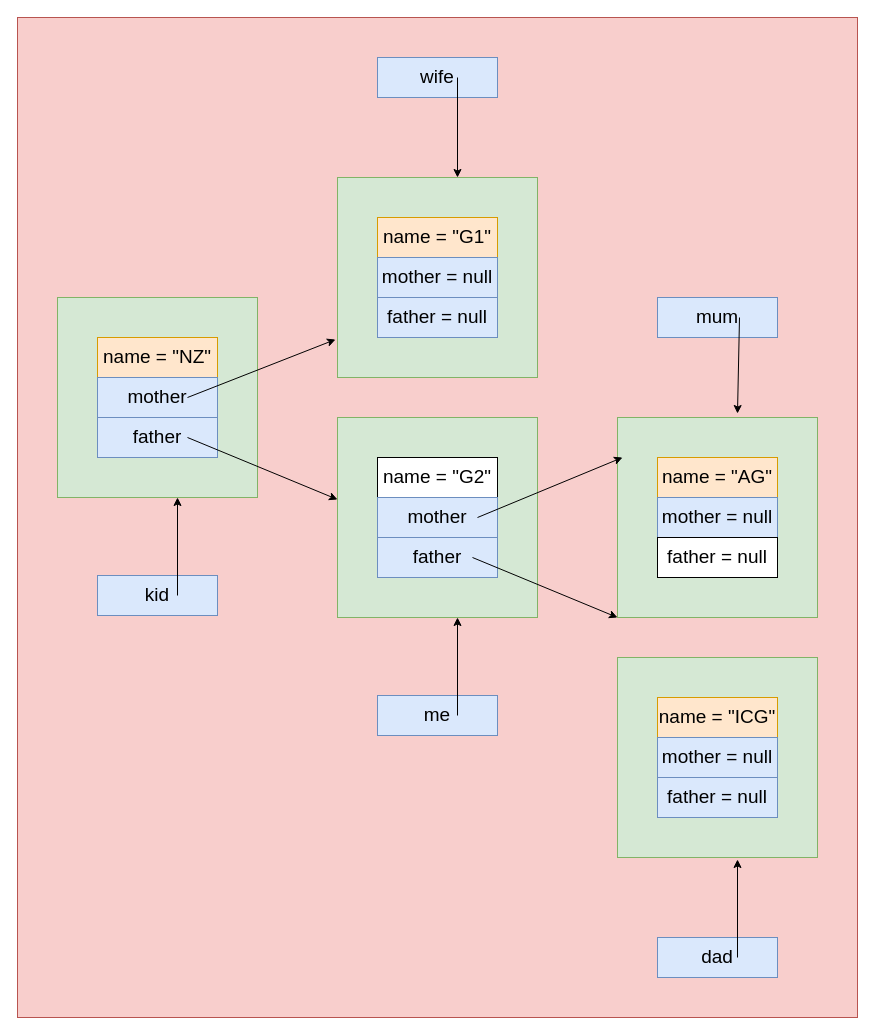
Above: familyTreeRDS.drawio in gaurav1780/drawdotio (draw.io), before the change. Source tidied: cells renumbered, new cells numbered last; positions are measured from the earlier drawing's top-left corner, leaving out a move shared by most shapes. Both pictures are drawn from the tidied source at 100%, with x=0, y=0 at pixel (17, 17).
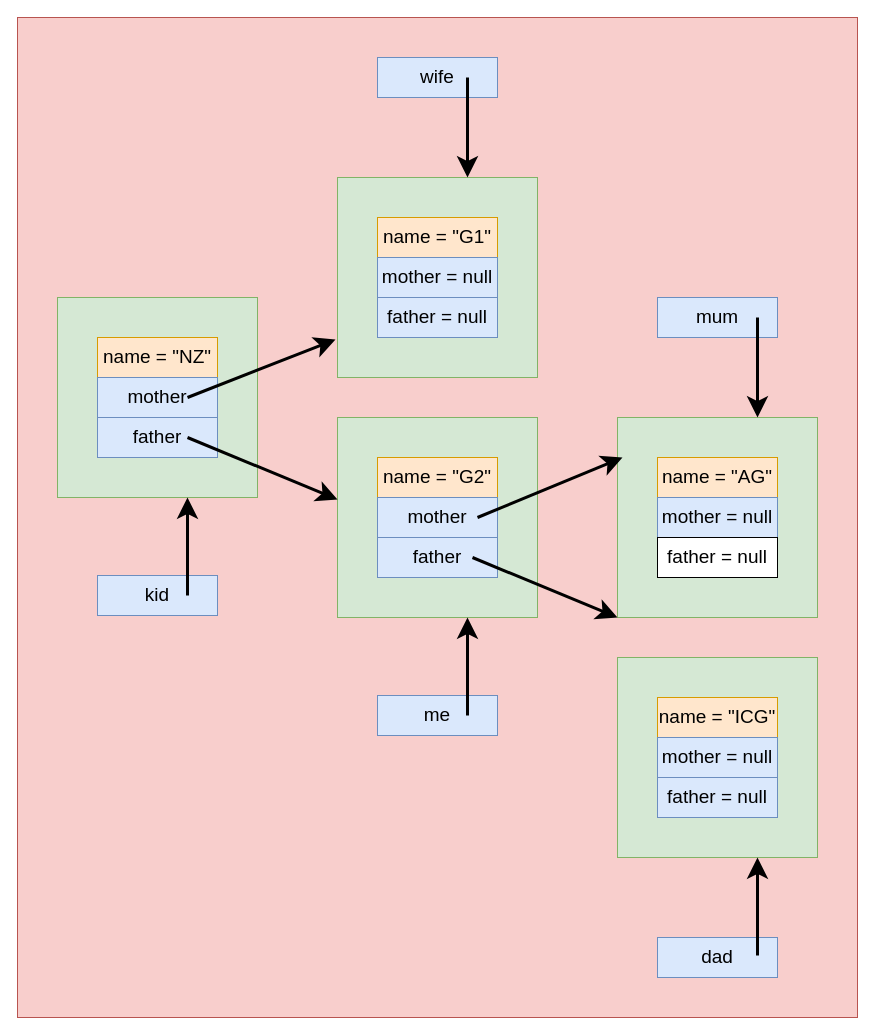
The same page after the edit.

Unchanged cells that the change refers to:
```xml
<mxCell id="7" style="rounded=0;whiteSpace=wrap;html=1;fontSize=19;fillColor=#d5e8d4;strokeColor=#82b366;fontStyle=0;" parent="1" vertex="1">
  <mxGeometry x="600" y="640" width="200" height="200" as="geometry" />
</mxCell>
<mxCell id="15" style="rounded=0;whiteSpace=wrap;html=1;fontSize=19;fillColor=#d5e8d4;strokeColor=#82b366;fontStyle=0;" parent="1" vertex="1">
  <mxGeometry x="320" y="400" width="200" height="200" as="geometry" />
</mxCell>
<mxCell id="19" style="rounded=0;whiteSpace=wrap;html=1;fontSize=19;fillColor=#d5e8d4;strokeColor=#82b366;fontStyle=0;" parent="1" vertex="1">
  <mxGeometry x="320" y="160" width="200" height="200" as="geometry" />
</mxCell>
```

The edit, as a diff of the source:
```diff
@@
-    <mxCell id="16" value="name = &quot;G2&quot;" style="rounded=0;whiteSpace=wrap;html=1;fontSize=19;fontStyle=0;" parent="1" vertex="1">
+    <mxCell id="16" value="name = &quot;G2&quot;" style="rounded=0;whiteSpace=wrap;html=1;fontSize=19;fontStyle=0;fillColor=#ffe6cc;strokeColor=#d79b00;" parent="1" vertex="1">
       <mxGeometry x="360" y="440" width="120" height="40" as="geometry" />
     </mxCell>
@@
-    <mxCell id="24" style="endArrow=classic;html=1;rounded=0;fontSize=19;fontStyle=0;" parent="1" edge="1">
+    <mxCell id="24" style="endArrow=classic;html=1;rounded=0;fontSize=19;fontStyle=0;endSize=12;strokeWidth=3;" parent="1" edge="1">
       <mxGeometry relative="1" as="geometry">
-        <mxPoint x="440" y="60" as="sourcePoint" />
-        <mxPoint x="440" y="160" as="targetPoint" />
+        <mxPoint x="450" y="60" as="sourcePoint" />
+        <mxPoint x="450" y="160" as="targetPoint" />
       </mxGeometry>
     </mxCell>
@@
-    <mxCell id="26" style="endArrow=classic;html=1;rounded=0;entryX=0.59;entryY=-0.02;entryDx=0;entryDy=0;entryPerimeter=0;fontSize=19;fontStyle=0;" parent="1" edge="1">
-      <mxGeometry relative="1" as="geometry">
-        <mxPoint x="722" y="300" as="sourcePoint" />
-        <mxPoint x="720" y="396" as="targetPoint" />
-      </mxGeometry>
-    </mxCell>
@@
-    <mxCell id="28" style="endArrow=classic;html=1;rounded=0;entryX=0.6;entryY=1.01;entryDx=0;entryDy=0;entryPerimeter=0;fontSize=19;fontStyle=0;" parent="1" edge="1" target="7">
-      <mxGeometry relative="1" as="geometry">
-        <mxPoint x="720" y="940" as="sourcePoint" />
-      </mxGeometry>
-    </mxCell>
-    <mxCell id="29" style="endArrow=classic;html=1;rounded=0;entryX=-0.025;entryY=0.8;entryDx=0;entryDy=0;entryPerimeter=0;fontSize=19;fontStyle=0;" parent="1" edge="1">
+    <mxCell id="29" style="endArrow=classic;html=1;rounded=0;entryX=-0.025;entryY=0.8;entryDx=0;entryDy=0;entryPerimeter=0;fontSize=19;fontStyle=0;endSize=12;strokeWidth=3;" parent="1" edge="1">
       <mxGeometry relative="1" as="geometry">
         <mxPoint x="460" y="500" as="sourcePoint" />
         <mxPoint x="605" y="440" as="targetPoint" />
       </mxGeometry>
     </mxCell>
-    <mxCell id="30" style="endArrow=classic;html=1;rounded=0;entryX=-0.025;entryY=0.4;entryDx=0;entryDy=0;entryPerimeter=0;fontSize=19;fontStyle=0;" parent="1" edge="1">
+    <mxCell id="30" style="endArrow=classic;html=1;rounded=0;entryX=-0.025;entryY=0.4;entryDx=0;entryDy=0;entryPerimeter=0;fontSize=19;fontStyle=0;endSize=12;strokeWidth=3;" parent="1" edge="1">
       <mxGeometry relative="1" as="geometry">
         <mxPoint x="455" y="540" as="sourcePoint" />
         <mxPoint x="600" y="600" as="targetPoint" />
       </mxGeometry>
     </mxCell>
@@
-    <mxCell id="32" style="endArrow=classic;html=1;rounded=0;entryX=0.6;entryY=1.01;entryDx=0;entryDy=0;entryPerimeter=0;fontSize=19;fontStyle=0;" parent="1" edge="1">
+    <mxCell id="32" style="endArrow=classic;html=1;rounded=0;entryX=0.6;entryY=1.01;entryDx=0;entryDy=0;entryPerimeter=0;fontSize=19;fontStyle=0;endSize=12;strokeWidth=3;" parent="1" edge="1">
       <mxGeometry relative="1" as="geometry">
-        <mxPoint x="440" y="698" as="sourcePoint" />
-        <mxPoint x="440" y="600" as="targetPoint" />
+        <mxPoint x="450" y="698" as="sourcePoint" />
+        <mxPoint x="450" y="600" as="targetPoint" />
       </mxGeometry>
     </mxCell>
-    <mxCell id="33" style="endArrow=classic;html=1;rounded=0;entryX=-0.01;entryY=0.81;entryDx=0;entryDy=0;entryPerimeter=0;fontSize=19;fontStyle=0;" parent="1" edge="1" target="19">
+    <mxCell id="33" style="endArrow=classic;html=1;rounded=0;entryX=-0.01;entryY=0.81;entryDx=0;entryDy=0;entryPerimeter=0;fontSize=19;fontStyle=0;endSize=12;strokeWidth=3;" parent="1" edge="1" target="19">
       <mxGeometry relative="1" as="geometry">
         <mxPoint x="170" y="380" as="sourcePoint" />
       </mxGeometry>
     </mxCell>
-    <mxCell id="34" style="endArrow=classic;html=1;rounded=0;entryX=0;entryY=0.41;entryDx=0;entryDy=0;entryPerimeter=0;fontSize=19;fontStyle=0;" parent="1" edge="1" target="15">
+    <mxCell id="34" style="endArrow=classic;html=1;rounded=0;entryX=0;entryY=0.41;entryDx=0;entryDy=0;entryPerimeter=0;fontSize=19;fontStyle=0;endSize=12;strokeWidth=3;" parent="1" edge="1" target="15">
       <mxGeometry relative="1" as="geometry">
         <mxPoint x="170" y="420" as="sourcePoint" />
       </mxGeometry>
     </mxCell>
@@
-    <mxCell id="36" style="endArrow=classic;html=1;rounded=0;entryX=0.6;entryY=1.01;entryDx=0;entryDy=0;entryPerimeter=0;fontSize=19;fontStyle=0;" parent="1" edge="1">
+    <mxCell id="36" style="endArrow=classic;html=1;rounded=0;entryX=0.6;entryY=1.01;entryDx=0;entryDy=0;entryPerimeter=0;fontSize=19;fontStyle=0;endSize=12;strokeWidth=3;" parent="1" edge="1">
       <mxGeometry relative="1" as="geometry">
-        <mxPoint x="160" y="578" as="sourcePoint" />
-        <mxPoint x="160" y="480" as="targetPoint" />
+        <mxPoint x="170" y="578" as="sourcePoint" />
+        <mxPoint x="170" y="480" as="targetPoint" />
       </mxGeometry>
     </mxCell>
+    <mxCell id="37" style="endArrow=classic;html=1;rounded=0;entryX=0.6;entryY=1.01;entryDx=0;entryDy=0;entryPerimeter=0;fontSize=19;fontStyle=0;endSize=12;strokeWidth=3;" parent="1" edge="1">
+      <mxGeometry relative="1" as="geometry">
+        <mxPoint x="740" y="938" as="sourcePoint" />
+        <mxPoint x="740" y="840" as="targetPoint" />
+      </mxGeometry>
+    </mxCell>
+    <mxCell id="38" style="endArrow=classic;html=1;rounded=0;fontSize=19;fontStyle=0;endSize=12;strokeWidth=3;" parent="1" edge="1">
+      <mxGeometry relative="1" as="geometry">
+        <mxPoint x="740" y="300" as="sourcePoint" />
+        <mxPoint x="740" y="400" as="targetPoint" />
+      </mxGeometry>
+    </mxCell>
```
